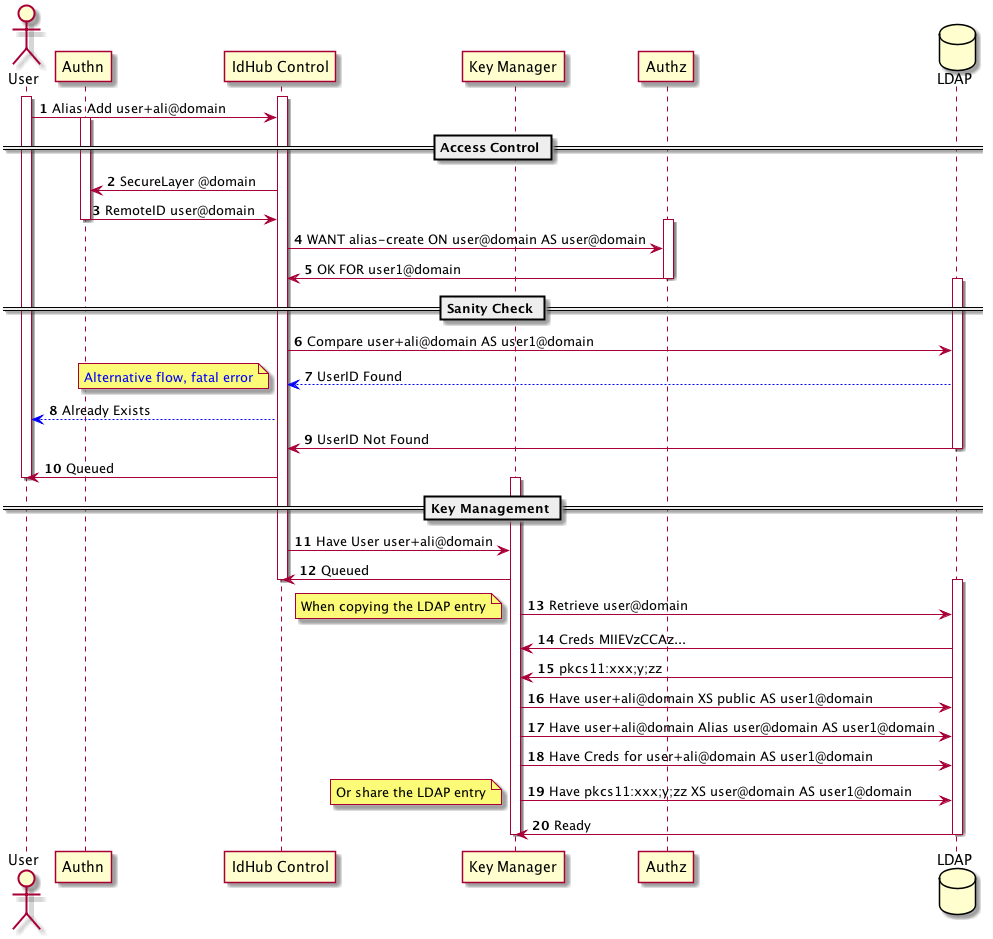
The PlantUML diagram alias-add.png in arpa2/identityhub-design, before a commit.
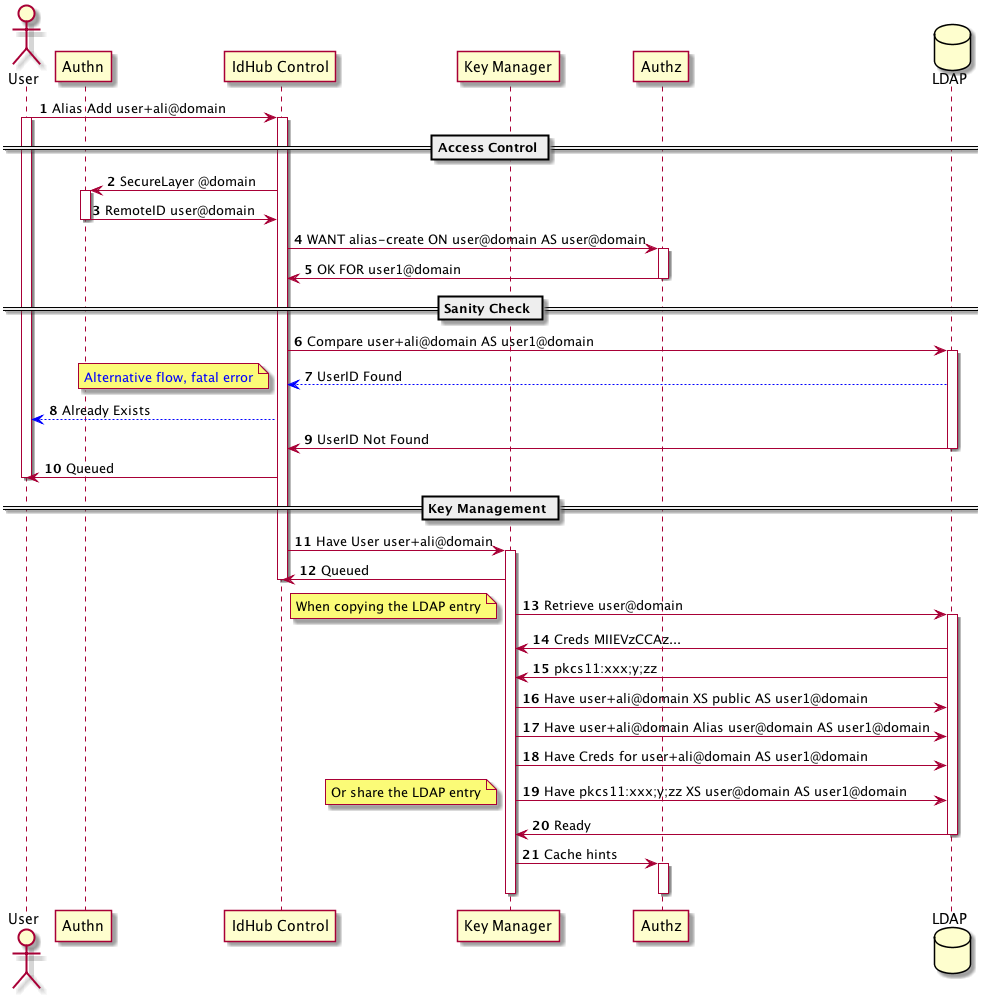
Later version of the same file.

What changed in the source:
```diff
@@ -9,26 +9,26 @@
 
 autonumber
 
+User -> Control: Alias Add user+ali@domain
 activate User
 activate Control
-User -> Control: Alias Add user+ali@domain
 
 == Access Control ==
 
+	Control -> Authn: SecureLayer @domain
 	activate Authn
-	Control -> Authn: SecureLayer @domain
 	Authn -> Control: RemoteID user@domain
 	deactivate Authn
 
+	Control -> Authz: WANT alias-create ON user@domain AS user@domain
 	activate Authz
-	Control -> Authz: WANT alias-create ON user@domain AS user@domain
 	Authz -> Control: OK FOR user1@domain
 	deactivate Authz
 
 == Sanity Check ==
 
+	Control -> LDAP: Compare user+ali@domain AS user1@domain
 	activate LDAP
-	Control -> LDAP: Compare user+ali@domain AS user1@domain
 	LDAP -[#blue]-> Control: UserID Found
 note left: <color:blue>Alternative flow, fatal error</color>
 Control -[#blue]-> User: Already Exists
@@ -39,14 +39,14 @@
 
 == Key Management ==
 
+	Control -> KeyManager: Have User user+ali@domain
 	activate KeyManager
-	Control -> KeyManager: Have User user+ali@domain
 	KeyManager -> Control: Queued
 deactivate Control
 
 
+	KeyManager -> LDAP: Retrieve user@domain
 	activate LDAP
-	KeyManager -> LDAP: Retrieve user@domain
 	note left: When copying the LDAP entry
 
 	LDAP -> KeyManager: Creds MIIEVzCCAz...
@@ -61,6 +61,10 @@
 	LDAP -> KeyManager: Ready
 	deactivate LDAP
 
+	KeyManager -> Authz: Cache hints
+	activate Authz
+	deactivate Authz
+
 	deactivate KeyManager
 
 @enduml
```
